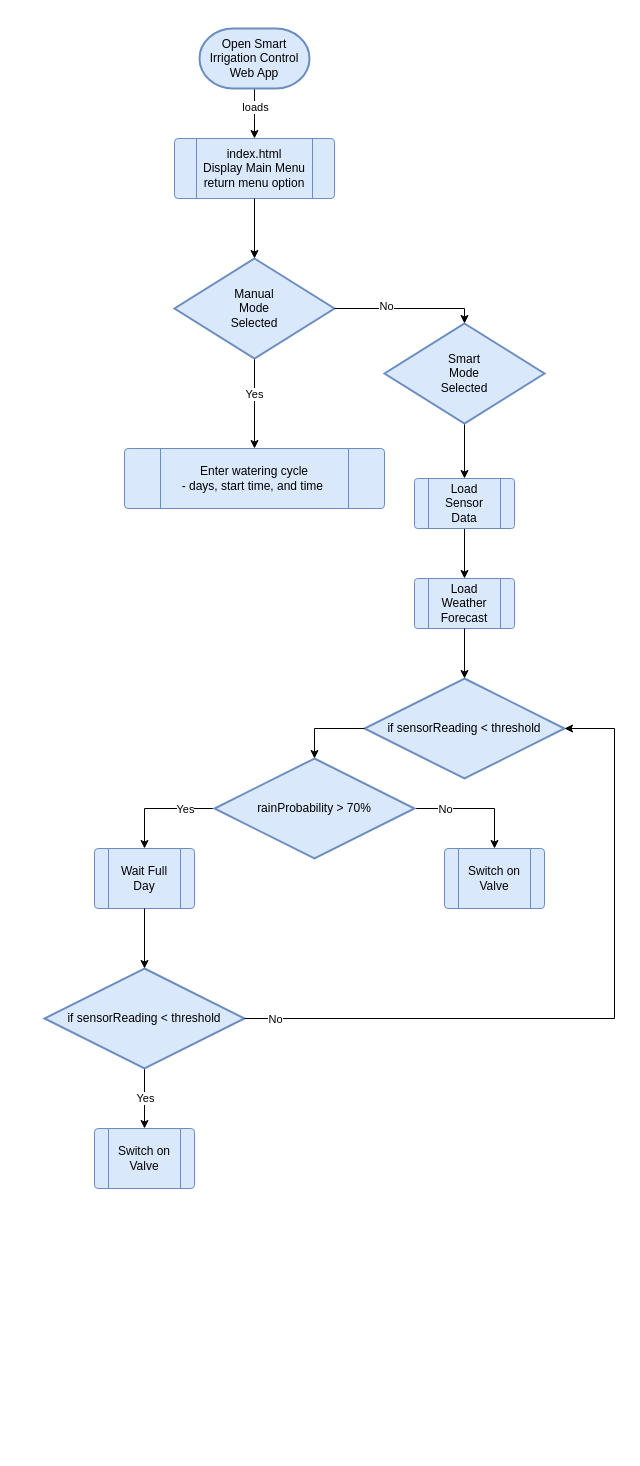
The draw.io diagram Smart Irrigation System.drawio in jessicapollard/at1, before the edit. Source tidied: cells renumbered, new cells numbered last; positions are measured from the earlier drawing's top-left corner, leaving out a move shared by most shapes. Both pictures are drawn from the tidied source at 100%, with x=0, y=0 at pixel (44, 28).
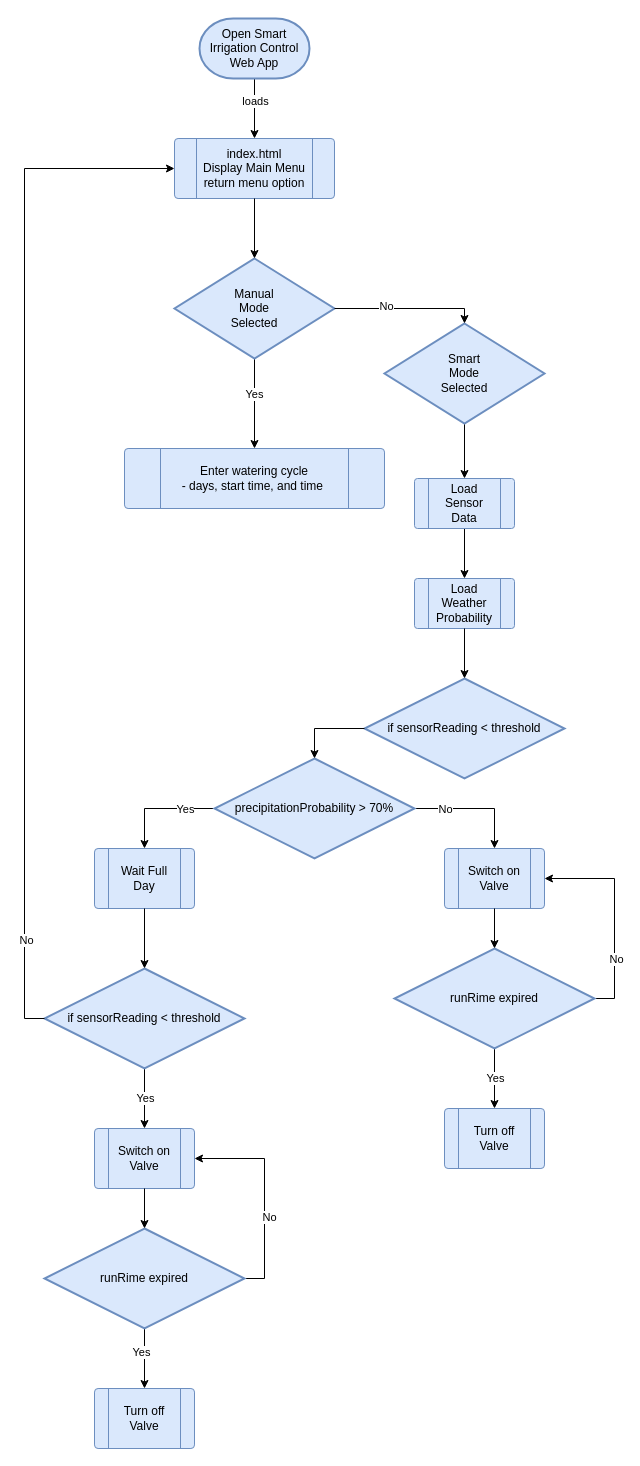
The same diagram, later.

Unchanged cells that the change refers to:
```xml
<mxCell id="5" style="verticalLabelPosition=bottom;verticalAlign=top;html=1;shape=process;whiteSpace=wrap;rounded=1;size=0.14;arcSize=6;fillColor=#dae8fc;strokeColor=#6c8ebf;" parent="1" vertex="1">
  <mxGeometry x="130" y="110" width="160" height="60" as="geometry" />
</mxCell>
<mxCell id="24" value="if sensorReading &amp;lt; threshold" style="strokeWidth=2;html=1;shape=mxgraph.flowchart.decision;whiteSpace=wrap;fillColor=#dae8fc;strokeColor=#6c8ebf;" parent="1" vertex="1">
  <mxGeometry x="320" y="650" width="200" height="100" as="geometry" />
</mxCell>
<mxCell id="33" style="verticalLabelPosition=bottom;verticalAlign=top;html=1;shape=process;whiteSpace=wrap;rounded=1;size=0.14;arcSize=6;fillColor=#dae8fc;strokeColor=#6c8ebf;" parent="1" vertex="1">
  <mxGeometry x="400" y="820" width="100" height="60" as="geometry" />
</mxCell>
<mxCell id="38" value="if sensorReading &amp;lt; threshold" style="strokeWidth=2;html=1;shape=mxgraph.flowchart.decision;whiteSpace=wrap;fillColor=#dae8fc;strokeColor=#6c8ebf;" parent="1" vertex="1">
  <mxGeometry y="940" width="200" height="100" as="geometry" />
</mxCell>
<mxCell id="40" style="verticalLabelPosition=bottom;verticalAlign=top;html=1;shape=process;whiteSpace=wrap;rounded=1;size=0.14;arcSize=6;fillColor=#dae8fc;strokeColor=#6c8ebf;" parent="1" vertex="1">
  <mxGeometry x="50" y="1100" width="100" height="60" as="geometry" />
</mxCell>
```

The edit, as a diff of the source:
```diff
@@
     <mxCell id="4" value="Open Smart Irrigation Control Web App" style="strokeWidth=2;html=1;shape=mxgraph.flowchart.terminator;whiteSpace=wrap;fillColor=#dae8fc;strokeColor=#6c8ebf;" parent="1" vertex="1">
-      <mxGeometry x="155" width="110" height="60" as="geometry" />
+      <mxGeometry x="155" y="-10" width="110" height="60" as="geometry" />
     </mxCell>
@@
-    <mxCell id="23" value="Load Weather Forecast" style="text;html=1;align=center;verticalAlign=middle;whiteSpace=wrap;rounded=0;" parent="1" vertex="1">
+    <mxCell id="23" value="Load Weather Probability" style="text;html=1;align=center;verticalAlign=middle;whiteSpace=wrap;rounded=0;" parent="1" vertex="1">
       <mxGeometry x="390" y="560" width="60" height="30" as="geometry" />
     </mxCell>
@@
-    <mxCell id="30" value="rainProbability &amp;gt; 70%" style="strokeWidth=2;html=1;shape=mxgraph.flowchart.decision;whiteSpace=wrap;fillColor=#dae8fc;strokeColor=#6c8ebf;" parent="1" vertex="1">
+    <mxCell id="30" value="precipitationProbability &amp;gt; 70%" style="strokeWidth=2;html=1;shape=mxgraph.flowchart.decision;whiteSpace=wrap;fillColor=#dae8fc;strokeColor=#6c8ebf;" parent="1" vertex="1">
       <mxGeometry x="170" y="730" width="200" height="100" as="geometry" />
     </mxCell>
@@
-    <mxCell id="42" style="edgeStyle=orthogonalEdgeStyle;rounded=0;jettySize=auto;html=1;exitX=1;exitY=0.5;exitDx=0;exitDy=0;exitPerimeter=0;entryX=1;entryY=0.5;entryDx=0;entryDy=0;entryPerimeter=0;" parent="1" edge="1" source="38" target="24">
-      <mxGeometry relative="1" as="geometry">
-        <Array as="points">
-          <mxPoint x="570" y="990" />
-          <mxPoint x="570" y="700" />
-        </Array>
-      </mxGeometry>
-    </mxCell>
-    <mxCell id="43" value="No" style="edgeLabel;html=1;align=center;verticalAlign=middle;" parent="42" vertex="1">
-      <mxGeometry x="-0.81" relative="1" as="geometry">
-        <mxPoint x="-37" as="offset" />
-      </mxGeometry>
-    </mxCell>
+    <mxCell id="44" style="edgeStyle=orthogonalEdgeStyle;rounded=0;jettySize=auto;html=1;exitX=1;exitY=0.5;exitDx=0;exitDy=0;exitPerimeter=0;entryX=1;entryY=0.5;entryDx=0;entryDy=0;" parent="1" edge="1" source="48" target="33">
+      <mxGeometry relative="1" as="geometry" />
+    </mxCell>
+    <mxCell id="45" value="No" style="edgeLabel;html=1;align=center;verticalAlign=middle;" parent="44" vertex="1">
+      <mxGeometry x="-0.25" relative="1" as="geometry">
+        <mxPoint x="1" y="19" as="offset" />
+      </mxGeometry>
+    </mxCell>
+    <mxCell id="46" style="edgeStyle=orthogonalEdgeStyle;rounded=0;jettySize=auto;html=1;exitX=0.5;exitY=1;exitDx=0;exitDy=0;exitPerimeter=0;" parent="1" edge="1" source="48" target="50">
+      <mxGeometry relative="1" as="geometry" />
+    </mxCell>
+    <mxCell id="47" value="Yes" style="edgeLabel;html=1;align=center;verticalAlign=middle;" parent="46" vertex="1">
+      <mxGeometry x="-0.02" relative="1" as="geometry" />
+    </mxCell>
+    <mxCell id="48" value="runRime expired" style="strokeWidth=2;html=1;shape=mxgraph.flowchart.decision;whiteSpace=wrap;fillColor=#dae8fc;strokeColor=#6c8ebf;" parent="1" vertex="1">
+      <mxGeometry x="350" y="920" width="200" height="100" as="geometry" />
+    </mxCell>
+    <mxCell id="49" style="edgeStyle=orthogonalEdgeStyle;rounded=0;jettySize=auto;html=1;exitX=0.5;exitY=1;exitDx=0;exitDy=0;entryX=0.5;entryY=0;entryDx=0;entryDy=0;entryPerimeter=0;" parent="1" edge="1" source="33" target="48">
+      <mxGeometry relative="1" as="geometry" />
+    </mxCell>
+    <mxCell id="50" style="verticalLabelPosition=bottom;verticalAlign=top;html=1;shape=process;whiteSpace=wrap;rounded=1;size=0.14;arcSize=6;fillColor=#dae8fc;strokeColor=#6c8ebf;" parent="1" vertex="1">
+      <mxGeometry x="400" y="1080" width="100" height="60" as="geometry" />
+    </mxCell>
+    <mxCell id="51" value="Turn off Valve" style="text;html=1;align=center;verticalAlign=middle;whiteSpace=wrap;rounded=0;" parent="1" vertex="1">
+      <mxGeometry x="420" y="1095" width="60" height="30" as="geometry" />
+    </mxCell>
+    <mxCell id="52" style="edgeStyle=orthogonalEdgeStyle;rounded=0;jettySize=auto;html=1;exitX=0;exitY=0.5;exitDx=0;exitDy=0;exitPerimeter=0;entryX=0;entryY=0.5;entryDx=0;entryDy=0;" parent="1" edge="1" source="38" target="5">
+      <mxGeometry relative="1" as="geometry" />
+    </mxCell>
+    <mxCell id="53" value="No" style="edgeLabel;html=1;align=center;verticalAlign=middle;" parent="52" vertex="1">
+      <mxGeometry x="-0.79" relative="1" as="geometry">
+        <mxPoint x="1" y="8" as="offset" />
+      </mxGeometry>
+    </mxCell>
+    <mxCell id="54" style="edgeStyle=orthogonalEdgeStyle;rounded=0;jettySize=auto;html=1;exitX=0.5;exitY=1;exitDx=0;exitDy=0;exitPerimeter=0;entryX=0.5;entryY=0;entryDx=0;entryDy=0;" parent="1" edge="1" source="58" target="60">
+      <mxGeometry relative="1" as="geometry" />
+    </mxCell>
+    <mxCell id="55" value="Yes" style="edgeLabel;html=1;align=center;verticalAlign=middle;" parent="54" vertex="1">
+      <mxGeometry x="-0.22" y="-4" relative="1" as="geometry" />
+    </mxCell>
+    <mxCell id="56" style="edgeStyle=orthogonalEdgeStyle;rounded=0;jettySize=auto;html=1;exitX=1;exitY=0.5;exitDx=0;exitDy=0;exitPerimeter=0;entryX=1;entryY=0.5;entryDx=0;entryDy=0;" parent="1" edge="1" source="58" target="40">
+      <mxGeometry relative="1" as="geometry" />
+    </mxCell>
+    <mxCell id="57" value="No" style="edgeLabel;html=1;align=center;verticalAlign=middle;" parent="56" vertex="1">
+      <mxGeometry x="-0.22" y="-3" relative="1" as="geometry">
+        <mxPoint x="1" as="offset" />
+      </mxGeometry>
+    </mxCell>
+    <mxCell id="58" value="runRime expired" style="strokeWidth=2;html=1;shape=mxgraph.flowchart.decision;whiteSpace=wrap;fillColor=#dae8fc;strokeColor=#6c8ebf;" parent="1" vertex="1">
+      <mxGeometry y="1200" width="200" height="100" as="geometry" />
+    </mxCell>
+    <mxCell id="59" style="edgeStyle=orthogonalEdgeStyle;rounded=0;jettySize=auto;html=1;exitX=0.5;exitY=1;exitDx=0;exitDy=0;entryX=0.5;entryY=0;entryDx=0;entryDy=0;entryPerimeter=0;" parent="1" edge="1" source="40" target="58">
+      <mxGeometry relative="1" as="geometry" />
+    </mxCell>
+    <mxCell id="60" style="verticalLabelPosition=bottom;verticalAlign=top;html=1;shape=process;whiteSpace=wrap;rounded=1;size=0.14;arcSize=6;fillColor=#dae8fc;strokeColor=#6c8ebf;" parent="1" vertex="1">
+      <mxGeometry x="50" y="1360" width="100" height="60" as="geometry" />
+    </mxCell>
+    <mxCell id="61" value="Turn off Valve" style="text;html=1;align=center;verticalAlign=middle;whiteSpace=wrap;rounded=0;" parent="1" vertex="1">
+      <mxGeometry x="70" y="1375" width="60" height="30" as="geometry" />
+    </mxCell>
```
